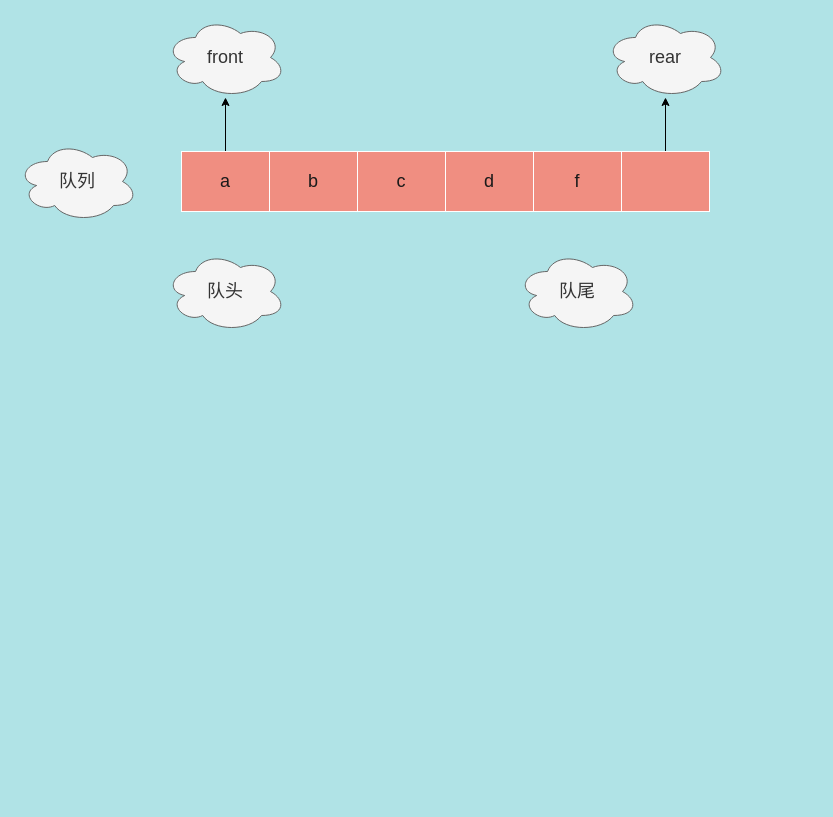
The draw.io diagram page "queue1" (17 of 18) of tree/tree.drawio in Christings/wechat, before the edit. Source tidied: cells renumbered, new cells numbered last; positions are measured from the earlier drawing's top-left corner, leaving out a move shared by most shapes. Both pictures are drawn from the tidied source at 100%, with x=0, y=0 at pixel (17, 17).
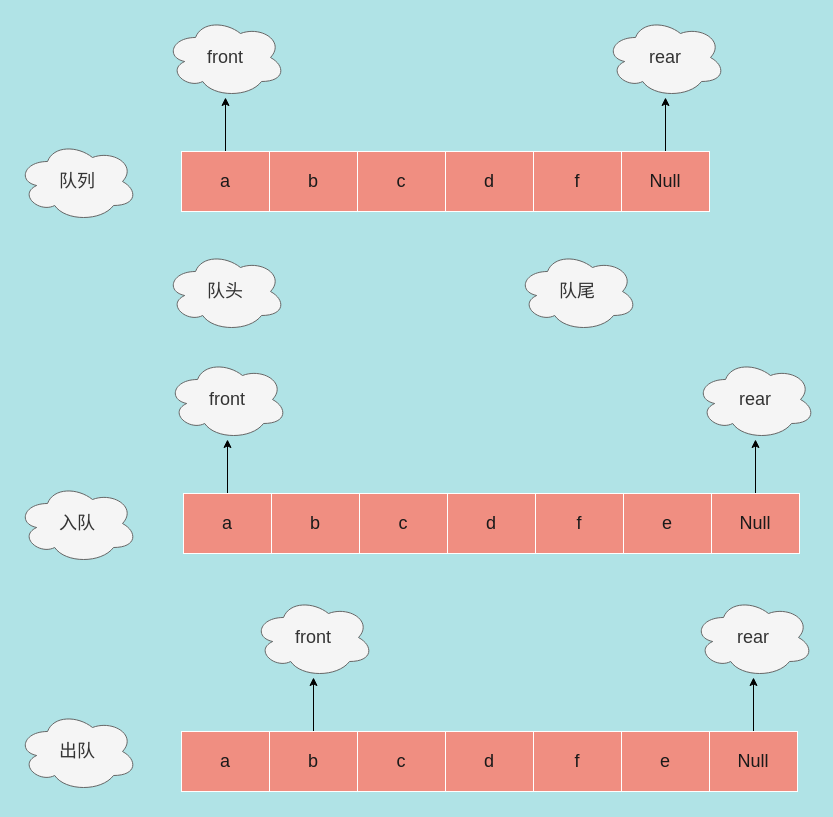
Above is the later version.

The edit, as a diff of the source:
```diff
@@
     <mxCell id="5" style="edgeStyle=orthogonalEdgeStyle;rounded=0;orthogonalLoop=1;jettySize=auto;html=1;exitX=0.5;exitY=1;exitDx=0;exitDy=0;fontSize=18;strokeColor=#182E3E;fontColor=#1A1A1A;labelBackgroundColor=#B0E3E6;" parent="1" edge="1">
       <mxGeometry relative="1" as="geometry">
-        <mxPoint x="224" y="494" as="sourcePoint" />
-        <mxPoint x="224" y="494" as="targetPoint" />
+        <mxPoint x="210" y="494" as="sourcePoint" />
+        <mxPoint x="210" y="494" as="targetPoint" />
       </mxGeometry>
     </mxCell>
@@
-    <mxCell id="16" style="rounded=0;whiteSpace=wrap;html=1;fontSize=18;fillColor=#F08E81;strokeColor=#FFFFFF;fontColor=#1A1A1A;" parent="1" vertex="1">
+    <mxCell id="16" value="Null" style="rounded=0;whiteSpace=wrap;html=1;fontSize=18;fillColor=#F08E81;strokeColor=#FFFFFF;fontColor=#1A1A1A;" parent="1" vertex="1">
       <mxGeometry x="604" y="134" width="88" height="60" as="geometry" />
     </mxCell>
+    <mxCell id="17" style="edgeStyle=orthogonalEdgeStyle;rounded=0;jettySize=auto;html=1;" parent="1" edge="1" source="18" target="24">
+      <mxGeometry relative="1" as="geometry" />
+    </mxCell>
+    <mxCell id="18" value="a" style="rounded=0;whiteSpace=wrap;html=1;fontSize=18;fillColor=#F08E81;strokeColor=#FFFFFF;fontColor=#1A1A1A;" parent="1" vertex="1">
+      <mxGeometry x="166" y="476" width="88" height="60" as="geometry" />
+    </mxCell>
+    <mxCell id="19" style="edgeStyle=orthogonalEdgeStyle;rounded=0;orthogonalLoop=1;jettySize=auto;html=1;exitX=0.5;exitY=1;exitDx=0;exitDy=0;fontSize=18;strokeColor=#182E3E;fontColor=#1A1A1A;labelBackgroundColor=#B0E3E6;" parent="1" edge="1" source="18" target="18">
+      <mxGeometry relative="1" as="geometry" />
+    </mxCell>
+    <mxCell id="20" value="b" style="rounded=0;whiteSpace=wrap;html=1;fontSize=18;fillColor=#F08E81;strokeColor=#FFFFFF;fontColor=#1A1A1A;" parent="1" vertex="1">
+      <mxGeometry x="254" y="476" width="88" height="60" as="geometry" />
+    </mxCell>
+    <mxCell id="21" value="c" style="rounded=0;whiteSpace=wrap;html=1;fontSize=18;fillColor=#F08E81;strokeColor=#FFFFFF;fontColor=#1A1A1A;" parent="1" vertex="1">
+      <mxGeometry x="342" y="476" width="88" height="60" as="geometry" />
+    </mxCell>
+    <mxCell id="22" value="d" style="rounded=0;whiteSpace=wrap;html=1;fontSize=18;fillColor=#F08E81;strokeColor=#FFFFFF;fontColor=#1A1A1A;" parent="1" vertex="1">
+      <mxGeometry x="430" y="476" width="88" height="60" as="geometry" />
+    </mxCell>
+    <mxCell id="23" value="f" style="rounded=0;whiteSpace=wrap;html=1;fontSize=18;fillColor=#F08E81;strokeColor=#FFFFFF;fontColor=#1A1A1A;" parent="1" vertex="1">
+      <mxGeometry x="518" y="476" width="88" height="60" as="geometry" />
+    </mxCell>
+    <mxCell id="24" value="&lt;span style=&quot;font-size: 18px&quot;&gt;front&lt;/span&gt;" style="ellipse;shape=cloud;whiteSpace=wrap;html=1;fillColor=#f5f5f5;strokeColor=#666666;fontColor=#333333;" parent="1" vertex="1">
+      <mxGeometry x="150" y="342" width="120" height="80" as="geometry" />
+    </mxCell>
+    <mxCell id="25" value="&lt;font style=&quot;font-size: 18px&quot;&gt;rear&lt;/font&gt;" style="ellipse;shape=cloud;whiteSpace=wrap;html=1;fillColor=#f5f5f5;strokeColor=#666666;fontColor=#333333;" parent="1" vertex="1">
+      <mxGeometry x="678" y="342" width="120" height="80" as="geometry" />
+    </mxCell>
+    <mxCell id="26" value="e" style="rounded=0;whiteSpace=wrap;html=1;fontSize=18;fillColor=#F08E81;strokeColor=#FFFFFF;fontColor=#1A1A1A;" parent="1" vertex="1">
+      <mxGeometry x="606" y="476" width="88" height="60" as="geometry" />
+    </mxCell>
+    <mxCell id="27" style="edgeStyle=orthogonalEdgeStyle;rounded=0;jettySize=auto;html=1;" parent="1" edge="1" source="28" target="25">
+      <mxGeometry relative="1" as="geometry" />
+    </mxCell>
+    <mxCell id="28" value="Null" style="rounded=0;whiteSpace=wrap;html=1;fontSize=18;fillColor=#F08E81;strokeColor=#FFFFFF;fontColor=#1A1A1A;" parent="1" vertex="1">
+      <mxGeometry x="694" y="476" width="88" height="60" as="geometry" />
+    </mxCell>
+    <mxCell id="29" value="&lt;span style=&quot;font-size: 18px&quot;&gt;入队&lt;/span&gt;" style="ellipse;shape=cloud;whiteSpace=wrap;html=1;fillColor=#f5f5f5;strokeColor=#666666;fontColor=#333333;" parent="1" vertex="1">
+      <mxGeometry y="466" width="120" height="80" as="geometry" />
+    </mxCell>
+    <mxCell id="30" style="edgeStyle=orthogonalEdgeStyle;rounded=0;orthogonalLoop=1;jettySize=auto;html=1;exitX=0.5;exitY=1;exitDx=0;exitDy=0;fontSize=18;strokeColor=#182E3E;fontColor=#1A1A1A;labelBackgroundColor=#B0E3E6;" parent="1" edge="1">
+      <mxGeometry relative="1" as="geometry">
+        <mxPoint x="208" y="698" as="sourcePoint" />
+        <mxPoint x="208" y="698" as="targetPoint" />
+      </mxGeometry>
+    </mxCell>
+    <mxCell id="31" value="a" style="rounded=0;whiteSpace=wrap;html=1;fontSize=18;fillColor=#F08E81;strokeColor=#FFFFFF;fontColor=#1A1A1A;" parent="1" vertex="1">
+      <mxGeometry x="164" y="714" width="88" height="60" as="geometry" />
+    </mxCell>
+    <mxCell id="32" style="edgeStyle=orthogonalEdgeStyle;rounded=0;orthogonalLoop=1;jettySize=auto;html=1;exitX=0.5;exitY=1;exitDx=0;exitDy=0;fontSize=18;strokeColor=#182E3E;fontColor=#1A1A1A;labelBackgroundColor=#B0E3E6;" parent="1" edge="1" source="31" target="31">
+      <mxGeometry relative="1" as="geometry" />
+    </mxCell>
+    <mxCell id="33" style="edgeStyle=orthogonalEdgeStyle;rounded=0;jettySize=auto;html=1;" parent="1" edge="1" source="34" target="38">
+      <mxGeometry relative="1" as="geometry" />
+    </mxCell>
+    <mxCell id="34" value="b" style="rounded=0;whiteSpace=wrap;html=1;fontSize=18;fillColor=#F08E81;strokeColor=#FFFFFF;fontColor=#1A1A1A;" parent="1" vertex="1">
+      <mxGeometry x="252" y="714" width="88" height="60" as="geometry" />
+    </mxCell>
+    <mxCell id="35" value="c" style="rounded=0;whiteSpace=wrap;html=1;fontSize=18;fillColor=#F08E81;strokeColor=#FFFFFF;fontColor=#1A1A1A;" parent="1" vertex="1">
+      <mxGeometry x="340" y="714" width="88" height="60" as="geometry" />
+    </mxCell>
+    <mxCell id="36" value="d" style="rounded=0;whiteSpace=wrap;html=1;fontSize=18;fillColor=#F08E81;strokeColor=#FFFFFF;fontColor=#1A1A1A;" parent="1" vertex="1">
+      <mxGeometry x="428" y="714" width="88" height="60" as="geometry" />
+    </mxCell>
+    <mxCell id="37" value="f" style="rounded=0;whiteSpace=wrap;html=1;fontSize=18;fillColor=#F08E81;strokeColor=#FFFFFF;fontColor=#1A1A1A;" parent="1" vertex="1">
+      <mxGeometry x="516" y="714" width="88" height="60" as="geometry" />
+    </mxCell>
+    <mxCell id="38" value="&lt;span style=&quot;font-size: 18px&quot;&gt;front&lt;/span&gt;" style="ellipse;shape=cloud;whiteSpace=wrap;html=1;fillColor=#f5f5f5;strokeColor=#666666;fontColor=#333333;" parent="1" vertex="1">
+      <mxGeometry x="236" y="580" width="120" height="80" as="geometry" />
+    </mxCell>
+    <mxCell id="39" value="e" style="rounded=0;whiteSpace=wrap;html=1;fontSize=18;fillColor=#F08E81;strokeColor=#FFFFFF;fontColor=#1A1A1A;" parent="1" vertex="1">
+      <mxGeometry x="604" y="714" width="88" height="60" as="geometry" />
+    </mxCell>
+    <mxCell id="40" style="edgeStyle=orthogonalEdgeStyle;rounded=0;jettySize=auto;html=1;" parent="1" edge="1" source="41">
+      <mxGeometry relative="1" as="geometry">
+        <mxPoint x="736" y="660" as="targetPoint" />
+      </mxGeometry>
+    </mxCell>
+    <mxCell id="41" value="Null" style="rounded=0;whiteSpace=wrap;html=1;fontSize=18;fillColor=#F08E81;strokeColor=#FFFFFF;fontColor=#1A1A1A;" parent="1" vertex="1">
+      <mxGeometry x="692" y="714" width="88" height="60" as="geometry" />
+    </mxCell>
+    <mxCell id="42" value="&lt;font style=&quot;font-size: 18px&quot;&gt;rear&lt;/font&gt;" style="ellipse;shape=cloud;whiteSpace=wrap;html=1;fillColor=#f5f5f5;strokeColor=#666666;fontColor=#333333;" parent="1" vertex="1">
+      <mxGeometry x="676" y="580" width="120" height="80" as="geometry" />
+    </mxCell>
+    <mxCell id="43" value="&lt;span style=&quot;font-size: 18px&quot;&gt;出队&lt;/span&gt;" style="ellipse;shape=cloud;whiteSpace=wrap;html=1;fillColor=#f5f5f5;strokeColor=#666666;fontColor=#333333;" parent="1" vertex="1">
+      <mxGeometry y="694" width="120" height="80" as="geometry" />
+    </mxCell>
```
